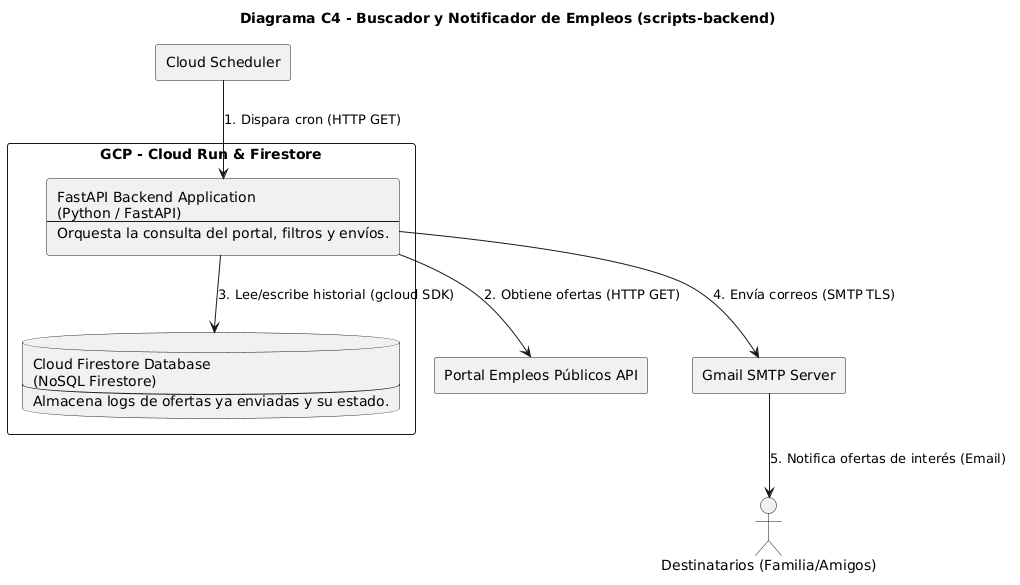
Before: uml/images/scripts_backend_c4_model.png, a diagram exported from PlantUML (Cristobal-Sepulveda/scripts-backend).
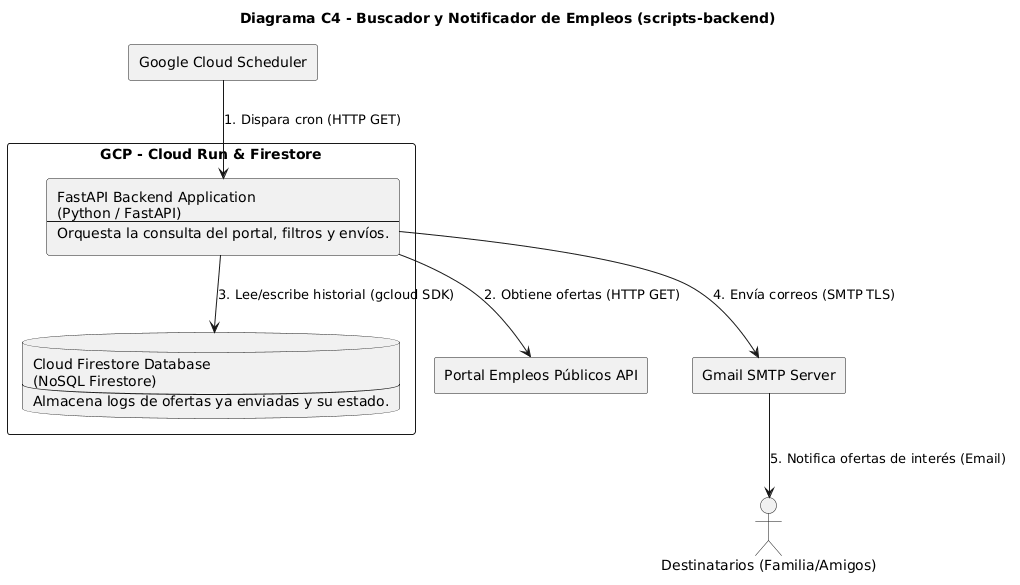
Later version of the same file.

The edit, as a diff of the source:
```diff
@@ -3,7 +3,7 @@
 
 actor "Destinatarios (Familia/Amigos)" as user
 
-rectangle "Cloud Scheduler" as scheduler
+rectangle "Google Cloud Scheduler" as scheduler
 
 rectangle "GCP - Cloud Run & Firestore" {
     rectangle "FastAPI Backend Application\n(Python / FastAPI)\n--\nOrquesta la consulta del portal, filtros y envíos." as api
```
